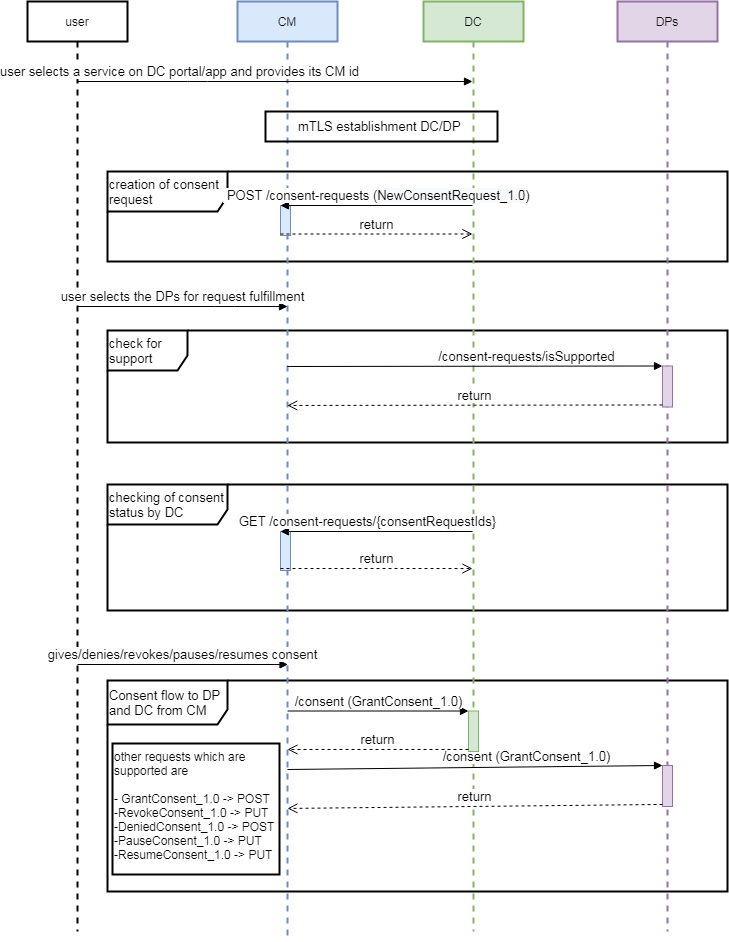
The draw.io diagram seqDiagram/consentFlow.png in iSPIRT/DEPA, before a commit. Source tidied: cells renumbered, new cells last; positions are measured from the earlier drawing's top-left corner, leaving out a move shared by most shapes. Source of this version:
```xml
<mxGraphModel>
  <root>
    <mxCell id="0" />
    <mxCell id="1" parent="0" />
    <mxCell id="2" value="creation of consent request" style="shape=umlFrame;whiteSpace=wrap;html=1;strokeColor=#000000;strokeWidth=2;fontSize=13;align=left;width=120;height=40;" parent="1" vertex="1">
      <mxGeometry x="80" y="170" width="620" height="90" as="geometry" />
    </mxCell>
    <mxCell id="3" value="checking of consent status by DC" style="shape=umlFrame;whiteSpace=wrap;html=1;strokeColor=#000000;strokeWidth=2;fontSize=13;align=left;width=120;height=40;" parent="1" vertex="1">
      <mxGeometry x="80" y="483" width="620" height="126" as="geometry" />
    </mxCell>
    <mxCell id="4" value="Consent flow to DP and DC from CM" style="shape=umlFrame;whiteSpace=wrap;html=1;strokeColor=#000000;strokeWidth=2;fontSize=13;align=left;width=120;height=44;" parent="1" vertex="1">
      <mxGeometry x="80" y="679" width="620" height="211" as="geometry" />
    </mxCell>
    <mxCell id="5" value="check for support" style="shape=umlFrame;whiteSpace=wrap;html=1;strokeColor=#000000;strokeWidth=2;fontSize=13;align=left;width=80;height=40;" parent="1" vertex="1">
      <mxGeometry x="80" y="329" width="620" height="112" as="geometry" />
    </mxCell>
    <mxCell id="6" value="user" style="shape=umlLifeline;perimeter=lifelinePerimeter;whiteSpace=wrap;html=1;strokeWidth=2;" parent="1" vertex="1">
      <mxGeometry width="100" height="930" as="geometry" />
    </mxCell>
    <mxCell id="7" value="CM" style="shape=umlLifeline;perimeter=lifelinePerimeter;whiteSpace=wrap;html=1;fillColor=#dae8fc;strokeColor=#6c8ebf;strokeWidth=2;" parent="1" vertex="1">
      <mxGeometry x="210" width="100" height="940" as="geometry" />
    </mxCell>
    <mxCell id="8" style="html=1;points=[];perimeter=orthogonalPerimeter;fillColor=#dae8fc;strokeColor=#6c8ebf;fontSize=13;" parent="7" vertex="1">
      <mxGeometry x="43" y="530" width="10" height="39" as="geometry" />
    </mxCell>
    <mxCell id="9" value="user selects a service on DC portal/app and provides its CM id" style="html=1;verticalAlign=bottom;endArrow=block;fontSize=13;" parent="1" edge="1">
      <mxGeometry x="-0.49" relative="1" as="geometry">
        <mxPoint x="49.8" y="80" as="sourcePoint" />
        <mxPoint x="445" y="80" as="targetPoint" />
        <Array as="points">
          <mxPoint x="170" y="80" />
        </Array>
      </mxGeometry>
    </mxCell>
    <mxCell id="10" value="DC" style="shape=umlLifeline;perimeter=lifelinePerimeter;whiteSpace=wrap;html=1;fillColor=#d5e8d4;strokeColor=#82b366;strokeWidth=2;" parent="1" vertex="1">
      <mxGeometry x="396" width="100" height="930" as="geometry" />
    </mxCell>
    <mxCell id="11" value="user selects the DPs for request fulfillment" style="html=1;verticalAlign=bottom;endArrow=block;fontSize=13;" parent="1" edge="1">
      <mxGeometry relative="1" as="geometry">
        <mxPoint x="49.5" y="305" as="sourcePoint" />
        <mxPoint x="260" y="305" as="targetPoint" />
        <Array as="points">
          <mxPoint x="197" y="305" />
        </Array>
      </mxGeometry>
    </mxCell>
    <mxCell id="12" value="DPs" style="shape=umlLifeline;perimeter=lifelinePerimeter;whiteSpace=wrap;html=1;fillColor=#e1d5e7;strokeColor=#9673a6;strokeWidth=2;" parent="1" vertex="1">
      <mxGeometry x="590" width="100" height="930" as="geometry" />
    </mxCell>
    <mxCell id="13" value="gives/denies/revokes/pauses/resumes consent" style="html=1;verticalAlign=bottom;endArrow=block;fontSize=13;" parent="1" edge="1">
      <mxGeometry relative="1" as="geometry">
        <mxPoint x="50" y="663" as="sourcePoint" />
        <mxPoint x="260.5" y="663" as="targetPoint" />
        <Array as="points">
          <mxPoint x="197.5" y="663" />
        </Array>
      </mxGeometry>
    </mxCell>
    <mxCell id="14" value="other requests which are supported are&lt;br style=&quot;font-size: 12px;&quot;&gt;&lt;br style=&quot;font-size: 12px;&quot;&gt;- GrantConsent_1.0 -&amp;gt; POST&lt;br style=&quot;font-size: 12px;&quot;&gt;-RevokeConsent_1.0 -&amp;gt; PUT&lt;br style=&quot;font-size: 12px;&quot;&gt;-DeniedConsent_1.0 -&amp;gt; POST&lt;br style=&quot;font-size: 12px;&quot;&gt;-PauseConsent_1.0 -&amp;gt; PUT&lt;br style=&quot;font-size: 12px;&quot;&gt;-ResumeConsent_1.0 -&amp;gt; PUT" style="text;html=1;fillColor=none;align=left;verticalAlign=top;whiteSpace=wrap;rounded=0;strokeWidth=2;strokeColor=#000000;fontSize=12;" parent="1" vertex="1">
      <mxGeometry x="85" y="742" width="167" height="131" as="geometry" />
    </mxCell>
    <mxCell id="15" style="html=1;points=[];perimeter=orthogonalPerimeter;fillColor=#dae8fc;strokeColor=#6c8ebf;fontSize=13;" parent="1" vertex="1">
      <mxGeometry x="253" y="204" width="10" height="30" as="geometry" />
    </mxCell>
    <mxCell id="16" value="&lt;span style=&quot;font-size: 13px;&quot;&gt;&amp;nbsp;POST /consent-requests (&lt;/span&gt;&lt;span style=&quot;font-size: 13px; text-align: left; background-color: rgb(248, 249, 250);&quot;&gt;NewConsentRequest_1.0&lt;/span&gt;&lt;span style=&quot;font-size: 13px;&quot;&gt;)&lt;/span&gt;" style="html=1;verticalAlign=bottom;endArrow=block;entryX=0;entryY=0;fontSize=13;" parent="1" edge="1" target="15">
      <mxGeometry relative="1" as="geometry">
        <mxPoint x="445" y="204" as="sourcePoint" />
      </mxGeometry>
    </mxCell>
    <mxCell id="17" value="return" style="html=1;verticalAlign=bottom;endArrow=open;dashed=1;endSize=8;exitX=0;exitY=0.95;fontSize=13;" parent="1" edge="1" source="15">
      <mxGeometry relative="1" as="geometry">
        <mxPoint x="445" y="232.5" as="targetPoint" />
      </mxGeometry>
    </mxCell>
    <mxCell id="18" style="html=1;points=[];perimeter=orthogonalPerimeter;fillColor=#e1d5e7;strokeColor=#9673a6;fontSize=13;" parent="1" vertex="1">
      <mxGeometry x="635" y="364.5" width="10" height="41" as="geometry" />
    </mxCell>
    <mxCell id="19" value="&lt;span style=&quot;font-size: 13px;&quot;&gt;/consent-requests/isSupported&lt;/span&gt;" style="html=1;verticalAlign=bottom;endArrow=block;entryX=0;entryY=0;fontSize=13;" parent="1" edge="1" target="18">
      <mxGeometry x="0.27" relative="1" as="geometry">
        <mxPoint x="259.8" y="365" as="sourcePoint" />
      </mxGeometry>
    </mxCell>
    <mxCell id="20" value="return" style="html=1;verticalAlign=bottom;endArrow=open;dashed=1;endSize=8;exitX=0;exitY=0.95;fontSize=13;" parent="1" edge="1" source="18">
      <mxGeometry relative="1" as="geometry">
        <mxPoint x="259.8" y="403.9" as="targetPoint" />
      </mxGeometry>
    </mxCell>
    <mxCell id="21" value="&lt;span style=&quot;font-size: 13px;&quot;&gt;GET /consent-requests/{consentRequestIds}&lt;/span&gt;" style="html=1;verticalAlign=bottom;endArrow=block;entryX=0;entryY=0;fontSize=13;" parent="1" edge="1" target="8">
      <mxGeometry x="0.09" relative="1" as="geometry">
        <mxPoint x="445" y="530" as="sourcePoint" />
      </mxGeometry>
    </mxCell>
    <mxCell id="22" value="return" style="html=1;verticalAlign=bottom;endArrow=open;dashed=1;endSize=8;exitX=0;exitY=0.95;fontSize=13;" parent="1" edge="1" source="8">
      <mxGeometry relative="1" as="geometry">
        <mxPoint x="445" y="567" as="targetPoint" />
      </mxGeometry>
    </mxCell>
    <mxCell id="23" style="html=1;points=[];perimeter=orthogonalPerimeter;fillColor=#e1d5e7;strokeColor=#9673a6;fontSize=13;" parent="1" vertex="1">
      <mxGeometry x="635" y="764" width="10" height="41" as="geometry" />
    </mxCell>
    <mxCell id="24" value="&lt;span style=&quot;font-size: 13px;&quot;&gt;/consent (GrantConsent_1.0)&lt;/span&gt;" style="html=1;verticalAlign=bottom;endArrow=block;entryX=0;entryY=0;fontSize=13;" parent="1" edge="1" target="23">
      <mxGeometry x="0.27" relative="1" as="geometry">
        <mxPoint x="260" y="768" as="sourcePoint" />
      </mxGeometry>
    </mxCell>
    <mxCell id="25" value="return" style="html=1;verticalAlign=bottom;endArrow=open;dashed=1;endSize=8;exitX=0;exitY=0.95;fontSize=13;" parent="1" edge="1" source="23">
      <mxGeometry relative="1" as="geometry">
        <mxPoint x="260" y="807" as="targetPoint" />
      </mxGeometry>
    </mxCell>
    <mxCell id="26" style="html=1;points=[];perimeter=orthogonalPerimeter;fillColor=#d5e8d4;strokeColor=#82b366;fontSize=13;" parent="1" vertex="1">
      <mxGeometry x="441" y="709.5" width="10" height="40.5" as="geometry" />
    </mxCell>
    <mxCell id="27" value="&lt;span style=&quot;font-size: 13px;&quot;&gt;/consent (GrantConsent_1.0)&lt;/span&gt;" style="html=1;verticalAlign=bottom;endArrow=block;entryX=0;entryY=0;fontSize=13;" parent="1" edge="1" target="26">
      <mxGeometry relative="1" as="geometry">
        <mxPoint x="260" y="709.5" as="sourcePoint" />
      </mxGeometry>
    </mxCell>
    <mxCell id="28" value="return" style="html=1;verticalAlign=bottom;endArrow=open;dashed=1;endSize=8;exitX=0;exitY=0.95;fontSize=13;" parent="1" edge="1" source="26">
      <mxGeometry relative="1" as="geometry">
        <mxPoint x="260" y="748" as="targetPoint" />
      </mxGeometry>
    </mxCell>
    <mxCell id="29" value="mTLS establishment DC/DP&amp;nbsp;" style="text;html=1;fillColor=none;align=center;verticalAlign=middle;whiteSpace=wrap;rounded=0;fontSize=13;strokeColor=#000000;strokeWidth=2;" parent="1" vertex="1">
      <mxGeometry x="238" y="110" width="232" height="30" as="geometry" />
    </mxCell>
  </root>
</mxGraphModel>
```
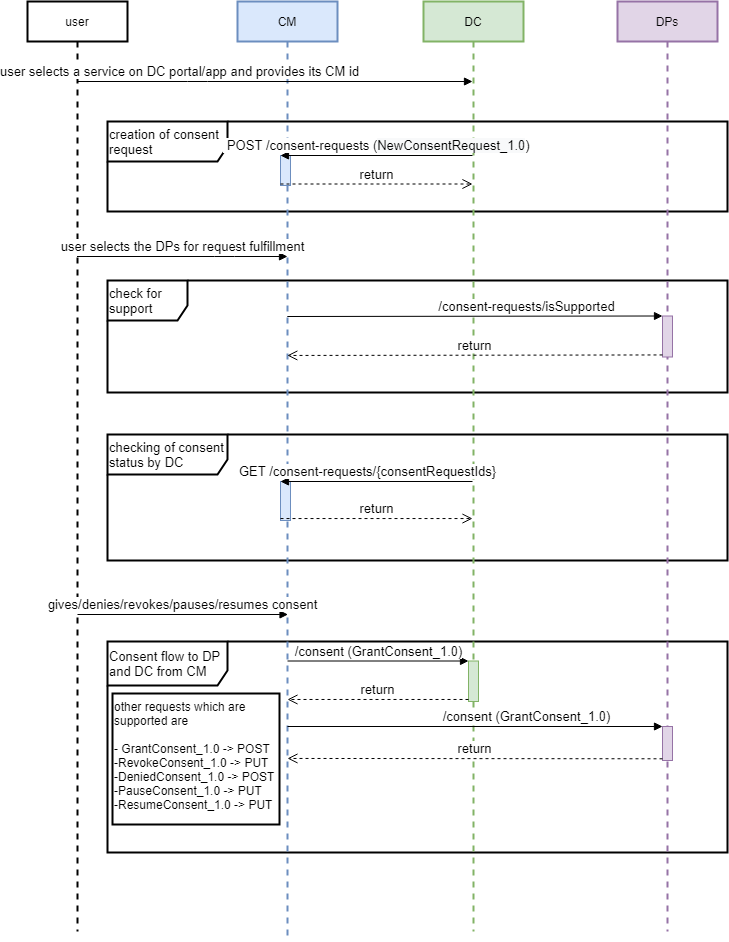
The same diagram one commit later.

Change to the diagram source:
```diff
@@ -9,31 +9,31 @@
       <mxGeometry x="80" y="483" width="620" height="126" as="geometry" />
     </mxCell>
     <mxCell id="4" value="Consent flow to DP and DC from CM" style="shape=umlFrame;whiteSpace=wrap;html=1;strokeColor=#000000;strokeWidth=2;fontSize=13;align=left;width=120;height=44;" parent="1" vertex="1">
-      <mxGeometry x="80" y="679" width="620" height="211" as="geometry" />
+      <mxGeometry x="80" y="690" width="620" height="211" as="geometry" />
     </mxCell>
     <mxCell id="5" value="check for support" style="shape=umlFrame;whiteSpace=wrap;html=1;strokeColor=#000000;strokeWidth=2;fontSize=13;align=left;width=80;height=40;" parent="1" vertex="1">
       <mxGeometry x="80" y="329" width="620" height="112" as="geometry" />
     </mxCell>
     <mxCell id="6" value="user" style="shape=umlLifeline;perimeter=lifelinePerimeter;whiteSpace=wrap;html=1;strokeWidth=2;" parent="1" vertex="1">
-      <mxGeometry width="100" height="930" as="geometry" />
+      <mxGeometry y="50" width="100" height="930" as="geometry" />
     </mxCell>
     <mxCell id="7" value="CM" style="shape=umlLifeline;perimeter=lifelinePerimeter;whiteSpace=wrap;html=1;fillColor=#dae8fc;strokeColor=#6c8ebf;strokeWidth=2;" parent="1" vertex="1">
-      <mxGeometry x="210" width="100" height="940" as="geometry" />
+      <mxGeometry x="210" y="50" width="100" height="940" as="geometry" />
     </mxCell>
     <mxCell id="8" style="html=1;points=[];perimeter=orthogonalPerimeter;fillColor=#dae8fc;strokeColor=#6c8ebf;fontSize=13;" parent="7" vertex="1">
-      <mxGeometry x="43" y="530" width="10" height="39" as="geometry" />
+      <mxGeometry x="43" y="480" width="10" height="39" as="geometry" />
     </mxCell>
     <mxCell id="9" value="user selects a service on DC portal/app and provides its CM id" style="html=1;verticalAlign=bottom;endArrow=block;fontSize=13;" parent="1" edge="1">
       <mxGeometry x="-0.49" relative="1" as="geometry">
-        <mxPoint x="49.8" y="80" as="sourcePoint" />
-        <mxPoint x="445" y="80" as="targetPoint" />
+        <mxPoint x="49.8" y="130" as="sourcePoint" />
+        <mxPoint x="445" y="130" as="targetPoint" />
         <Array as="points">
-          <mxPoint x="170" y="80" />
+          <mxPoint x="170" y="130" />
         </Array>
       </mxGeometry>
     </mxCell>
     <mxCell id="10" value="DC" style="shape=umlLifeline;perimeter=lifelinePerimeter;whiteSpace=wrap;html=1;fillColor=#d5e8d4;strokeColor=#82b366;strokeWidth=2;" parent="1" vertex="1">
-      <mxGeometry x="396" width="100" height="930" as="geometry" />
+      <mxGeometry x="396" y="50" width="100" height="930" as="geometry" />
     </mxCell>
     <mxCell id="11" value="user selects the DPs for request fulfillment" style="html=1;verticalAlign=bottom;endArrow=block;fontSize=13;" parent="1" edge="1">
       <mxGeometry relative="1" as="geometry">
@@ -45,8 +45,11 @@
       </mxGeometry>
     </mxCell>
     <mxCell id="12" value="DPs" style="shape=umlLifeline;perimeter=lifelinePerimeter;whiteSpace=wrap;html=1;fillColor=#e1d5e7;strokeColor=#9673a6;strokeWidth=2;" parent="1" vertex="1">
-      <mxGeometry x="590" width="100" height="930" as="geometry" />
+      <mxGeometry x="590" y="50" width="100" height="930" as="geometry" />
     </mxCell>
+    <mxCell id="23" style="html=1;points=[];perimeter=orthogonalPerimeter;fillColor=#e1d5e7;strokeColor=#9673a6;fontSize=13;" parent="12" vertex="1">
+      <mxGeometry x="45" y="725" width="10" height="34" as="geometry" />
+    </mxCell>
     <mxCell id="13" value="gives/denies/revokes/pauses/resumes consent" style="html=1;verticalAlign=bottom;endArrow=block;fontSize=13;" parent="1" edge="1">
       <mxGeometry relative="1" as="geometry">
         <mxPoint x="50" y="663" as="sourcePoint" />
@@ -95,12 +98,9 @@
         <mxPoint x="445" y="567" as="targetPoint" />
       </mxGeometry>
     </mxCell>
-    <mxCell id="23" style="html=1;points=[];perimeter=orthogonalPerimeter;fillColor=#e1d5e7;strokeColor=#9673a6;fontSize=13;" parent="1" vertex="1">
-      <mxGeometry x="635" y="764" width="10" height="41" as="geometry" />
-    </mxCell>
     <mxCell id="24" value="&lt;span style=&quot;font-size: 13px;&quot;&gt;/consent (GrantConsent_1.0)&lt;/span&gt;" style="html=1;verticalAlign=bottom;endArrow=block;entryX=0;entryY=0;fontSize=13;" parent="1" edge="1" target="23">
       <mxGeometry x="0.27" relative="1" as="geometry">
-        <mxPoint x="260" y="768" as="sourcePoint" />
+        <mxPoint x="260" y="775" as="sourcePoint" />
       </mxGeometry>
     </mxCell>
     <mxCell id="25" value="return" style="html=1;verticalAlign=bottom;endArrow=open;dashed=1;endSize=8;exitX=0;exitY=0.95;fontSize=13;" parent="1" edge="1" source="23">
@@ -121,8 +121,5 @@
         <mxPoint x="260" y="748" as="targetPoint" />
       </mxGeometry>
     </mxCell>
-    <mxCell id="29" value="mTLS establishment DC/DP&amp;nbsp;" style="text;html=1;fillColor=none;align=center;verticalAlign=middle;whiteSpace=wrap;rounded=0;fontSize=13;strokeColor=#000000;strokeWidth=2;" parent="1" vertex="1">
-      <mxGeometry x="238" y="110" width="232" height="30" as="geometry" />
-    </mxCell>
   </root>
 </mxGraphModel>
```
